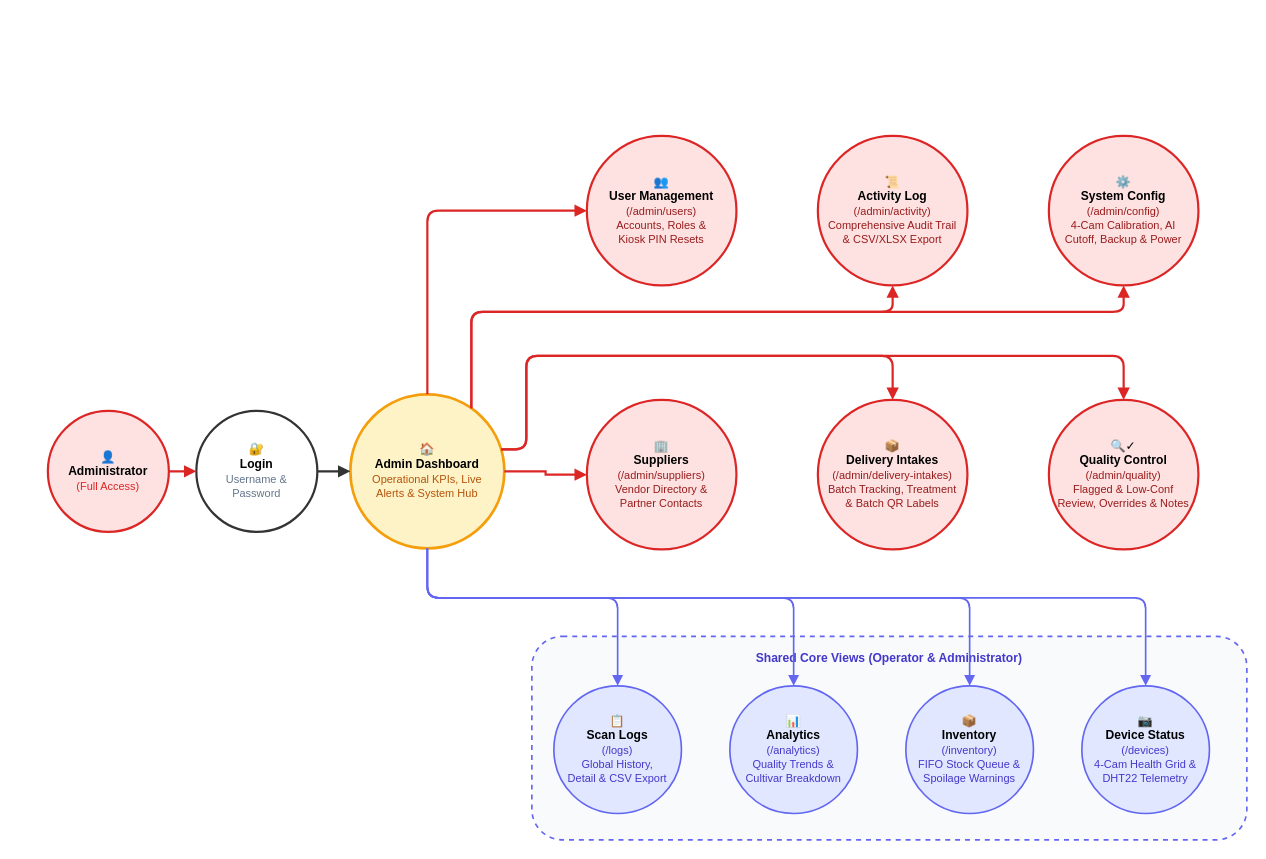
This is docs/bananavision-docs/docs/workflows/workflow_admin.drawio from BlackShark404/BananaVision, a draw.io file, before an edit. Source tidied: cells renumbered, new cells numbered last; positions are measured from the earlier drawing's top-left corner, leaving out a move shared by most shapes. Both pictures are drawn from the tidied source at 110%, with x=0, y=0 at pixel (47, 135).
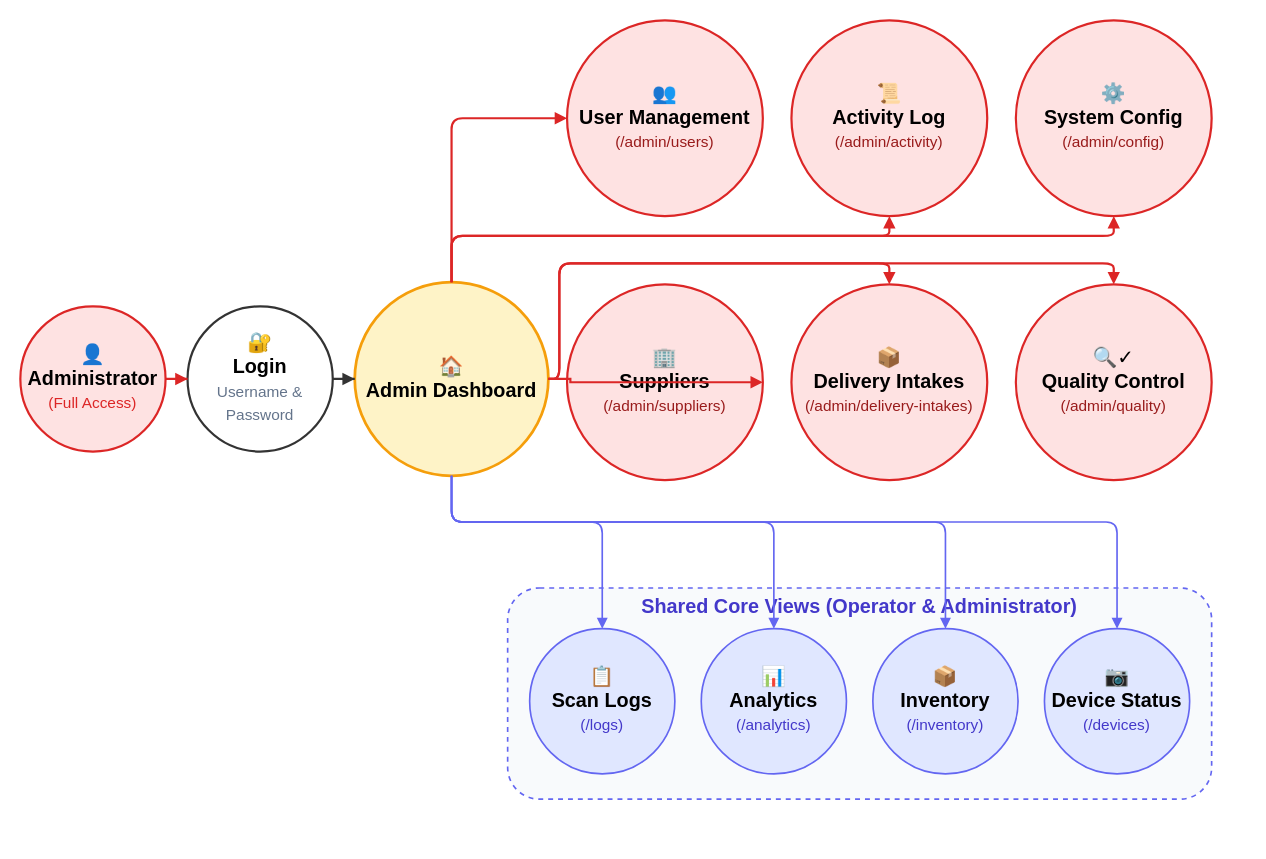
The same diagram, later.

Commit message (it also covers changes not shown here):
refactor: update workflow diagram layouts and font sizes

The edit, as a diff of the source:
```diff
@@
-    <mxCell id="2" value="👤&lt;br&gt;&lt;b&gt;Administrator&lt;/b&gt;&lt;br&gt;&lt;font color=&quot;#dc2626&quot; style=&quot;font-size: 10px;&quot;&gt;(Full Access)&lt;/font&gt;" style="ellipse;whiteSpace=wrap;html=1;fillColor=#fee2e2;strokeColor=#dc2626;strokeWidth=2;fontSize=11;spacing=2;" parent="1" vertex="1">
-      <mxGeometry y="250" width="110" height="110" as="geometry" />
+    <mxCell id="2" value="👤&lt;br&gt;&lt;b&gt;Administrator&lt;/b&gt;&lt;br&gt;&lt;font color=&quot;#dc2626&quot; style=&quot;font-size: 14px;&quot;&gt;(Full Access)&lt;/font&gt;" style="ellipse;whiteSpace=wrap;html=1;fillColor=#fee2e2;strokeColor=#dc2626;strokeWidth=2;fontSize=18;spacing=2;" parent="1" vertex="1">
+      <mxGeometry x="-25" y="155" width="132" height="132" as="geometry" />
     </mxCell>
-    <mxCell id="3" value="🔐&lt;br&gt;&lt;b&gt;Login&lt;/b&gt;&lt;br&gt;&lt;font color=&quot;#64748b&quot; style=&quot;font-size: 10px;&quot;&gt;Username &amp;amp;&lt;br&gt;Password&lt;/font&gt;" style="ellipse;whiteSpace=wrap;html=1;fillColor=#ffffff;strokeColor=#333333;strokeWidth=2;fontSize=11;spacing=2;" parent="1" vertex="1">
-      <mxGeometry x="135" y="250" width="110" height="110" as="geometry" />
+    <mxCell id="3" value="🔐&lt;br&gt;&lt;b&gt;Login&lt;/b&gt;&lt;br&gt;&lt;font color=&quot;#64748b&quot; style=&quot;font-size: 14px;&quot;&gt;Username &amp;amp;&lt;br&gt;Password&lt;/font&gt;" style="ellipse;whiteSpace=wrap;html=1;fillColor=#ffffff;strokeColor=#333333;strokeWidth=2;fontSize=18;spacing=2;" parent="1" vertex="1">
+      <mxGeometry x="127" y="155" width="132" height="132" as="geometry" />
     </mxCell>
-    <mxCell id="4" value="🏠&lt;br&gt;&lt;b&gt;Admin Dashboard&lt;/b&gt;&lt;br&gt;&lt;font color=&quot;#b45309&quot; style=&quot;font-size: 10px;&quot;&gt;Operational KPIs, Live&lt;br&gt;Alerts &amp;amp; System Hub&lt;/font&gt;" style="ellipse;whiteSpace=wrap;html=1;fillColor=#fef3c7;strokeColor=#f59e0b;strokeWidth=2.5;fontSize=11;spacing=3;" parent="1" vertex="1">
-      <mxGeometry x="275" y="235" width="140" height="140" as="geometry" />
+    <mxCell id="4" value="🏠&lt;br&gt;&lt;b&gt;Admin Dashboard&lt;/b&gt;" style="ellipse;whiteSpace=wrap;html=1;fillColor=#fef3c7;strokeColor=#f59e0b;strokeWidth=2.5;fontSize=18;spacing=3;" parent="1" vertex="1">
+      <mxGeometry x="279" y="133" width="176" height="176" as="geometry" />
     </mxCell>
-    <mxCell id="5" value="👥&lt;br&gt;&lt;b&gt;User Management&lt;/b&gt;&lt;br&gt;&lt;font color=&quot;#991b1b&quot; style=&quot;font-size: 10px;&quot;&gt;(/admin/users)&lt;br&gt;Accounts, Roles &amp;amp;&lt;br&gt;Kiosk PIN Resets&lt;/font&gt;" style="ellipse;whiteSpace=wrap;html=1;fillColor=#fee2e2;strokeColor=#dc2626;strokeWidth=2;fontSize=11;spacing=3;" parent="1" vertex="1">
-      <mxGeometry x="490" width="136" height="136" as="geometry" />
+    <mxCell id="5" value="👥&lt;br&gt;&lt;b&gt;User Management&lt;/b&gt;&lt;br&gt;&lt;font color=&quot;#991b1b&quot; style=&quot;font-size: 14px;&quot;&gt;(/admin/users)&lt;/font&gt;" style="ellipse;whiteSpace=wrap;html=1;fillColor=#fee2e2;strokeColor=#dc2626;strokeWidth=2;fontSize=18;spacing=3;" parent="1" vertex="1">
+      <mxGeometry x="472" y="-105" width="178" height="178" as="geometry" />
     </mxCell>
-    <mxCell id="6" value="📜&lt;br&gt;&lt;b&gt;Activity Log&lt;/b&gt;&lt;br&gt;&lt;font color=&quot;#991b1b&quot; style=&quot;font-size: 10px;&quot;&gt;(/admin/activity)&lt;br&gt;Comprehensive Audit Trail&lt;br&gt;&amp;amp; CSV/XLSX Export&lt;/font&gt;" style="ellipse;whiteSpace=wrap;html=1;fillColor=#fee2e2;strokeColor=#dc2626;strokeWidth=2;fontSize=11;spacing=3;" parent="1" vertex="1">
-      <mxGeometry x="700" width="136" height="136" as="geometry" />
+    <mxCell id="6" value="📜&lt;br&gt;&lt;b&gt;Activity Log&lt;/b&gt;&lt;br&gt;&lt;font color=&quot;#991b1b&quot; style=&quot;font-size: 14px;&quot;&gt;(/admin/activity)&lt;/font&gt;" style="ellipse;whiteSpace=wrap;html=1;fillColor=#fee2e2;strokeColor=#dc2626;strokeWidth=2;fontSize=18;spacing=3;" parent="1" vertex="1">
+      <mxGeometry x="676" y="-105" width="178" height="178" as="geometry" />
     </mxCell>
-    <mxCell id="7" value="⚙️&lt;br&gt;&lt;b&gt;System Config&lt;/b&gt;&lt;br&gt;&lt;font color=&quot;#991b1b&quot; style=&quot;font-size: 10px;&quot;&gt;(/admin/config)&lt;br&gt;4-Cam Calibration, AI&lt;br&gt;Cutoff, Backup &amp;amp; Power&lt;/font&gt;" style="ellipse;whiteSpace=wrap;html=1;fillColor=#fee2e2;strokeColor=#dc2626;strokeWidth=2;fontSize=11;spacing=3;" parent="1" vertex="1">
-      <mxGeometry x="910" width="136" height="136" as="geometry" />
+    <mxCell id="7" value="⚙️&lt;br&gt;&lt;b&gt;System Config&lt;/b&gt;&lt;br&gt;&lt;font color=&quot;#991b1b&quot; style=&quot;font-size: 14px;&quot;&gt;(/admin/config)&lt;/font&gt;" style="ellipse;whiteSpace=wrap;html=1;fillColor=#fee2e2;strokeColor=#dc2626;strokeWidth=2;fontSize=18;spacing=3;" parent="1" vertex="1">
+      <mxGeometry x="880" y="-105" width="178" height="178" as="geometry" />
     </mxCell>
-    <mxCell id="8" value="🏢&lt;br&gt;&lt;b&gt;Suppliers&lt;/b&gt;&lt;br&gt;&lt;font color=&quot;#991b1b&quot; style=&quot;font-size: 10px;&quot;&gt;(/admin/suppliers)&lt;br&gt;Vendor Directory &amp;amp;&lt;br&gt;Partner Contacts&lt;/font&gt;" style="ellipse;whiteSpace=wrap;html=1;fillColor=#fee2e2;strokeColor=#dc2626;strokeWidth=2;fontSize=11;spacing=3;" parent="1" vertex="1">
-      <mxGeometry x="490" y="240" width="136" height="136" as="geometry" />
+    <mxCell id="8" value="🏢&lt;br&gt;&lt;b&gt;Suppliers&lt;/b&gt;&lt;br&gt;&lt;font color=&quot;#991b1b&quot; style=&quot;font-size: 14px;&quot;&gt;(/admin/suppliers)&lt;/font&gt;" style="ellipse;whiteSpace=wrap;html=1;fillColor=#fee2e2;strokeColor=#dc2626;strokeWidth=2;fontSize=18;spacing=3;" parent="1" vertex="1">
+      <mxGeometry x="472" y="135" width="178" height="178" as="geometry" />
     </mxCell>
-    <mxCell id="9" value="📦&lt;br&gt;&lt;b&gt;Delivery Intakes&lt;/b&gt;&lt;br&gt;&lt;font color=&quot;#991b1b&quot; style=&quot;font-size: 10px;&quot;&gt;(/admin/delivery-intakes)&lt;br&gt;Batch Tracking, Treatment&lt;br&gt;&amp;amp; Batch QR Labels&lt;/font&gt;" style="ellipse;whiteSpace=wrap;html=1;fillColor=#fee2e2;strokeColor=#dc2626;strokeWidth=2;fontSize=11;spacing=3;" parent="1" vertex="1">
-      <mxGeometry x="700" y="240" width="136" height="136" as="geometry" />
+    <mxCell id="9" value="📦&lt;br&gt;&lt;b&gt;Delivery Intakes&lt;/b&gt;&lt;br&gt;&lt;font color=&quot;#991b1b&quot; style=&quot;font-size: 14px;&quot;&gt;(/admin/delivery-intakes)&lt;/font&gt;" style="ellipse;whiteSpace=wrap;html=1;fillColor=#fee2e2;strokeColor=#dc2626;strokeWidth=2;fontSize=18;spacing=3;" parent="1" vertex="1">
+      <mxGeometry x="676" y="135" width="178" height="178" as="geometry" />
     </mxCell>
-    <mxCell id="10" value="🔍✓&lt;br&gt;&lt;b&gt;Quality Control&lt;/b&gt;&lt;br&gt;&lt;font color=&quot;#991b1b&quot; style=&quot;font-size: 10px;&quot;&gt;(/admin/quality)&lt;br&gt;Flagged &amp;amp; Low-Conf&lt;br&gt;Review, Overrides &amp;amp; Notes&lt;/font&gt;" style="ellipse;whiteSpace=wrap;html=1;fillColor=#fee2e2;strokeColor=#dc2626;strokeWidth=2;fontSize=11;spacing=3;" parent="1" vertex="1">
-      <mxGeometry x="910" y="240" width="136" height="136" as="geometry" />
+    <mxCell id="10" value="🔍✓&lt;br&gt;&lt;b&gt;Quality Control&lt;/b&gt;&lt;br&gt;&lt;font color=&quot;#991b1b&quot; style=&quot;font-size: 14px;&quot;&gt;(/admin/quality)&lt;/font&gt;" style="ellipse;whiteSpace=wrap;html=1;fillColor=#fee2e2;strokeColor=#dc2626;strokeWidth=2;fontSize=18;spacing=3;" parent="1" vertex="1">
+      <mxGeometry x="880" y="135" width="178" height="178" as="geometry" />
     </mxCell>
     <mxCell id="11" style="rounded=1;whiteSpace=wrap;html=1;fillColor=#f8fafc;strokeColor=#6366f1;strokeWidth=1.5;dashed=1;" parent="1" vertex="1">
-      <mxGeometry x="440" y="455" width="650" height="185" as="geometry" />
+      <mxGeometry x="418" y="411" width="640" height="192" as="geometry" />
     </mxCell>
-    <mxCell id="12" value="&lt;b&gt;Shared Core Views (Operator &amp;amp; Administrator)&lt;/b&gt;" style="text;html=1;align=center;verticalAlign=middle;whiteSpace=wrap;rounded=0;fontSize=11;fontColor=#4338ca;" parent="1" vertex="1">
-      <mxGeometry x="595" y="465" width="340" height="20" as="geometry" />
+    <mxCell id="12" value="&lt;b&gt;Shared Core Views (Operator &amp;amp; Administrator)&lt;/b&gt;" style="text;html=1;align=center;verticalAlign=middle;whiteSpace=wrap;rounded=0;fontSize=18;fontColor=#4338ca;" parent="1" vertex="1">
+      <mxGeometry x="528" y="417" width="420" height="22" as="geometry" />
     </mxCell>
-    <mxCell id="13" value="📋&lt;br&gt;&lt;b&gt;Scan Logs&lt;/b&gt;&lt;br&gt;&lt;font color=&quot;#4338ca&quot; style=&quot;font-size: 10px;&quot;&gt;(/logs)&lt;br&gt;Global History,&lt;br&gt;Detail &amp;amp; CSV Export&lt;/font&gt;" style="ellipse;whiteSpace=wrap;html=1;fillColor=#e0e7ff;strokeColor=#6366f1;strokeWidth=1.5;fontSize=11;spacing=2;" parent="1" vertex="1">
-      <mxGeometry x="460" y="500" width="116" height="116" as="geometry" />
+    <mxCell id="13" value="📋&lt;br&gt;&lt;b&gt;Scan Logs&lt;/b&gt;&lt;br&gt;&lt;font color=&quot;#4338ca&quot; style=&quot;font-size: 14px;&quot;&gt;(/logs)&lt;/font&gt;" style="ellipse;whiteSpace=wrap;html=1;fillColor=#e0e7ff;strokeColor=#6366f1;strokeWidth=1.5;fontSize=18;spacing=2;" parent="1" vertex="1">
+      <mxGeometry x="438" y="448" width="132" height="132" as="geometry" />
     </mxCell>
-    <mxCell id="14" value="📊&lt;br&gt;&lt;b&gt;Analytics&lt;/b&gt;&lt;br&gt;&lt;font color=&quot;#4338ca&quot; style=&quot;font-size: 10px;&quot;&gt;(/analytics)&lt;br&gt;Quality Trends &amp;amp;&lt;br&gt;Cultivar Breakdown&lt;/font&gt;" style="ellipse;whiteSpace=wrap;html=1;fillColor=#e0e7ff;strokeColor=#6366f1;strokeWidth=1.5;fontSize=11;spacing=2;" parent="1" vertex="1">
-      <mxGeometry x="620" y="500" width="116" height="116" as="geometry" />
+    <mxCell id="14" value="📊&lt;br&gt;&lt;b&gt;Analytics&lt;/b&gt;&lt;br&gt;&lt;font color=&quot;#4338ca&quot; style=&quot;font-size: 14px;&quot;&gt;(/analytics)&lt;/font&gt;" style="ellipse;whiteSpace=wrap;html=1;fillColor=#e0e7ff;strokeColor=#6366f1;strokeWidth=1.5;fontSize=18;spacing=2;" parent="1" vertex="1">
+      <mxGeometry x="594" y="448" width="132" height="132" as="geometry" />
     </mxCell>
-    <mxCell id="15" value="📦&lt;br&gt;&lt;b&gt;Inventory&lt;/b&gt;&lt;br&gt;&lt;font color=&quot;#4338ca&quot; style=&quot;font-size: 10px;&quot;&gt;(/inventory)&lt;br&gt;FIFO Stock Queue &amp;amp;&lt;br&gt;Spoilage Warnings&lt;/font&gt;" style="ellipse;whiteSpace=wrap;html=1;fillColor=#e0e7ff;strokeColor=#6366f1;strokeWidth=1.5;fontSize=11;spacing=2;" parent="1" vertex="1">
-      <mxGeometry x="780" y="500" width="116" height="116" as="geometry" />
+    <mxCell id="15" value="📦&lt;br&gt;&lt;b&gt;Inventory&lt;/b&gt;&lt;br&gt;&lt;font color=&quot;#4338ca&quot; style=&quot;font-size: 14px;&quot;&gt;(/inventory)&lt;/font&gt;" style="ellipse;whiteSpace=wrap;html=1;fillColor=#e0e7ff;strokeColor=#6366f1;strokeWidth=1.5;fontSize=18;spacing=2;" parent="1" vertex="1">
+      <mxGeometry x="750" y="448" width="132" height="132" as="geometry" />
     </mxCell>
-    <mxCell id="16" value="📷&lt;br&gt;&lt;b&gt;Device Status&lt;/b&gt;&lt;br&gt;&lt;font color=&quot;#4338ca&quot; style=&quot;font-size: 10px;&quot;&gt;(/devices)&lt;br&gt;4-Cam Health Grid &amp;amp;&lt;br&gt;DHT22 Telemetry&lt;/font&gt;" style="ellipse;whiteSpace=wrap;html=1;fillColor=#e0e7ff;strokeColor=#6366f1;strokeWidth=1.5;fontSize=11;spacing=2;" parent="1" vertex="1">
-      <mxGeometry x="940" y="500" width="116" height="116" as="geometry" />
+    <mxCell id="16" value="📷&lt;br&gt;&lt;b&gt;Device Status&lt;/b&gt;&lt;br&gt;&lt;font color=&quot;#4338ca&quot; style=&quot;font-size: 14px;&quot;&gt;(/devices)&lt;/font&gt;" style="ellipse;whiteSpace=wrap;html=1;fillColor=#e0e7ff;strokeColor=#6366f1;strokeWidth=1.5;fontSize=18;spacing=2;" parent="1" vertex="1">
+      <mxGeometry x="906" y="448" width="132" height="132" as="geometry" />
     </mxCell>
@@
-    <mxCell id="19" style="edgeStyle=orthogonalEdgeStyle;rounded=1;jettySize=auto;html=1;strokeWidth=2;strokeColor=#dc2626;endArrow=block;endFill=1;" parent="1" edge="1" source="4" target="5">
+    <mxCell id="19" style="edgeStyle=orthogonalEdgeStyle;rounded=1;jettySize=auto;html=1;strokeWidth=2;strokeColor=#dc2626;endArrow=block;endFill=1;exitX=0.5;exitY=0;entryX=0;entryY=0.5;" parent="1" edge="1" source="4" target="5">
       <mxGeometry relative="1" as="geometry">
         <Array as="points">
-          <mxPoint x="345" y="68" />
+          <mxPoint x="367" y="-16" />
         </Array>
       </mxGeometry>
     </mxCell>
-    <mxCell id="20" style="edgeStyle=orthogonalEdgeStyle;rounded=1;jettySize=auto;html=1;strokeWidth=2;strokeColor=#dc2626;endArrow=block;endFill=1;entryX=0.5;entryY=1;entryDx=0;entryDy=0;" parent="1" edge="1" source="4" target="6">
+    <mxCell id="20" style="edgeStyle=orthogonalEdgeStyle;rounded=1;jettySize=auto;html=1;strokeWidth=2;strokeColor=#dc2626;endArrow=block;endFill=1;entryX=0.5;entryY=1;entryDx=0;entryDy=0;exitX=0.5;exitY=0;" parent="1" edge="1" source="4" target="6">
       <mxGeometry relative="1" as="geometry">
         <Array as="points">
-          <mxPoint x="385" y="160" />
-          <mxPoint x="768" y="160" />
+          <mxPoint x="367" y="91" />
+          <mxPoint x="765" y="91" />
         </Array>
       </mxGeometry>
     </mxCell>
-    <mxCell id="21" style="edgeStyle=orthogonalEdgeStyle;rounded=1;jettySize=auto;html=1;strokeWidth=2;strokeColor=#dc2626;endArrow=block;endFill=1;entryX=0.5;entryY=1;entryDx=0;entryDy=0;" parent="1" edge="1" source="4" target="7">
+    <mxCell id="21" style="edgeStyle=orthogonalEdgeStyle;rounded=1;jettySize=auto;html=1;strokeWidth=2;strokeColor=#dc2626;endArrow=block;endFill=1;entryX=0.5;entryY=1;entryDx=0;entryDy=0;exitX=0.5;exitY=0;" parent="1" edge="1" source="4" target="7">
       <mxGeometry relative="1" as="geometry">
         <Array as="points">
-          <mxPoint x="385" y="160" />
-          <mxPoint x="978" y="160" />
+          <mxPoint x="367" y="91" />
+          <mxPoint x="969" y="91" />
         </Array>
       </mxGeometry>
     </mxCell>
@@
-    <mxCell id="23" style="edgeStyle=orthogonalEdgeStyle;rounded=1;jettySize=auto;html=1;strokeWidth=2;strokeColor=#dc2626;endArrow=block;endFill=1;entryX=0.5;entryY=0;entryDx=0;entryDy=0;" parent="1" edge="1" source="4" target="9">
+    <mxCell id="23" style="edgeStyle=orthogonalEdgeStyle;rounded=1;jettySize=auto;html=1;strokeWidth=2;strokeColor=#dc2626;endArrow=block;endFill=1;entryX=0.5;entryY=0;entryDx=0;entryDy=0;exitX=1;exitY=0.5;" parent="1" edge="1" source="4" target="9">
       <mxGeometry relative="1" as="geometry">
         <Array as="points">
-          <mxPoint x="435" y="285" />
-          <mxPoint x="435" y="200" />
-          <mxPoint x="768" y="200" />
+          <mxPoint x="465" y="221" />
+          <mxPoint x="465" y="116" />
+          <mxPoint x="765" y="116" />
         </Array>
       </mxGeometry>
     </mxCell>
-    <mxCell id="24" style="edgeStyle=orthogonalEdgeStyle;rounded=1;jettySize=auto;html=1;strokeWidth=2;strokeColor=#dc2626;endArrow=block;endFill=1;entryX=0.5;entryY=0;entryDx=0;entryDy=0;" parent="1" edge="1" source="4" target="10">
+    <mxCell id="24" style="edgeStyle=orthogonalEdgeStyle;rounded=1;jettySize=auto;html=1;strokeWidth=2;strokeColor=#dc2626;endArrow=block;endFill=1;entryX=0.5;entryY=0;entryDx=0;entryDy=0;exitX=1;exitY=0.5;" parent="1" edge="1" source="4" target="10">
       <mxGeometry relative="1" as="geometry">
         <Array as="points">
-          <mxPoint x="435" y="285" />
-          <mxPoint x="435" y="200" />
-          <mxPoint x="978" y="200" />
+          <mxPoint x="465" y="221" />
+          <mxPoint x="465" y="116" />
+          <mxPoint x="969" y="116" />
         </Array>
       </mxGeometry>
     </mxCell>
-    <mxCell id="25" style="edgeStyle=orthogonalEdgeStyle;rounded=1;jettySize=auto;html=1;strokeWidth=1.5;strokeColor=#6366f1;strokeDasharray=4 4;endArrow=block;endFill=1;entryX=0.5;entryY=0;entryDx=0;entryDy=0;" parent="1" edge="1" source="4" target="13">
+    <mxCell id="25" style="edgeStyle=orthogonalEdgeStyle;rounded=1;jettySize=auto;html=1;strokeWidth=1.5;strokeColor=#6366f1;strokeDasharray=4 4;endArrow=block;endFill=1;entryX=0.5;entryY=0;entryDx=0;entryDy=0;exitX=0.5;exitY=1;" parent="1" edge="1" source="4" target="13">
       <mxGeometry relative="1" as="geometry">
         <Array as="points">
-          <mxPoint x="345" y="420" />
-          <mxPoint x="518" y="420" />
+          <mxPoint x="367" y="351" />
+          <mxPoint x="504" y="351" />
         </Array>
       </mxGeometry>
     </mxCell>
-    <mxCell id="26" style="edgeStyle=orthogonalEdgeStyle;rounded=1;jettySize=auto;html=1;strokeWidth=1.5;strokeColor=#6366f1;strokeDasharray=4 4;endArrow=block;endFill=1;entryX=0.5;entryY=0;entryDx=0;entryDy=0;" parent="1" edge="1" source="4" target="14">
+    <mxCell id="26" style="edgeStyle=orthogonalEdgeStyle;rounded=1;jettySize=auto;html=1;strokeWidth=1.5;strokeColor=#6366f1;strokeDasharray=4 4;endArrow=block;endFill=1;entryX=0.5;entryY=0;entryDx=0;entryDy=0;exitX=0.5;exitY=1;" parent="1" edge="1" source="4" target="14">
       <mxGeometry relative="1" as="geometry">
         <Array as="points">
-          <mxPoint x="345" y="420" />
-          <mxPoint x="678" y="420" />
+          <mxPoint x="367" y="351" />
+          <mxPoint x="660" y="351" />
         </Array>
       </mxGeometry>
     </mxCell>
-    <mxCell id="27" style="edgeStyle=orthogonalEdgeStyle;rounded=1;jettySize=auto;html=1;strokeWidth=1.5;strokeColor=#6366f1;strokeDasharray=4 4;endArrow=block;endFill=1;entryX=0.5;entryY=0;entryDx=0;entryDy=0;" parent="1" edge="1" source="4" target="15">
+    <mxCell id="27" style="edgeStyle=orthogonalEdgeStyle;rounded=1;jettySize=auto;html=1;strokeWidth=1.5;strokeColor=#6366f1;strokeDasharray=4 4;endArrow=block;endFill=1;entryX=0.5;entryY=0;entryDx=0;entryDy=0;exitX=0.5;exitY=1;" parent="1" edge="1" source="4" target="15">
       <mxGeometry relative="1" as="geometry">
         <Array as="points">
-          <mxPoint x="345" y="420" />
-          <mxPoint x="838" y="420" />
+          <mxPoint x="367" y="351" />
+          <mxPoint x="816" y="351" />
         </Array>
       </mxGeometry>
     </mxCell>
-    <mxCell id="28" style="edgeStyle=orthogonalEdgeStyle;rounded=1;jettySize=auto;html=1;strokeWidth=1.5;strokeColor=#6366f1;strokeDasharray=4 4;endArrow=block;endFill=1;entryX=0.5;entryY=0;entryDx=0;entryDy=0;" parent="1" edge="1" source="4" target="16">
+    <mxCell id="28" style="edgeStyle=orthogonalEdgeStyle;rounded=1;jettySize=auto;html=1;strokeWidth=1.5;strokeColor=#6366f1;strokeDasharray=4 4;endArrow=block;endFill=1;entryX=0.5;entryY=0;entryDx=0;entryDy=0;exitX=0.5;exitY=1;" parent="1" edge="1" source="4" target="16">
       <mxGeometry relative="1" as="geometry">
         <Array as="points">
-          <mxPoint x="345" y="420" />
-          <mxPoint x="998" y="420" />
+          <mxPoint x="367" y="351" />
+          <mxPoint x="972" y="351" />
         </Array>
       </mxGeometry>
     </mxCell>
```
